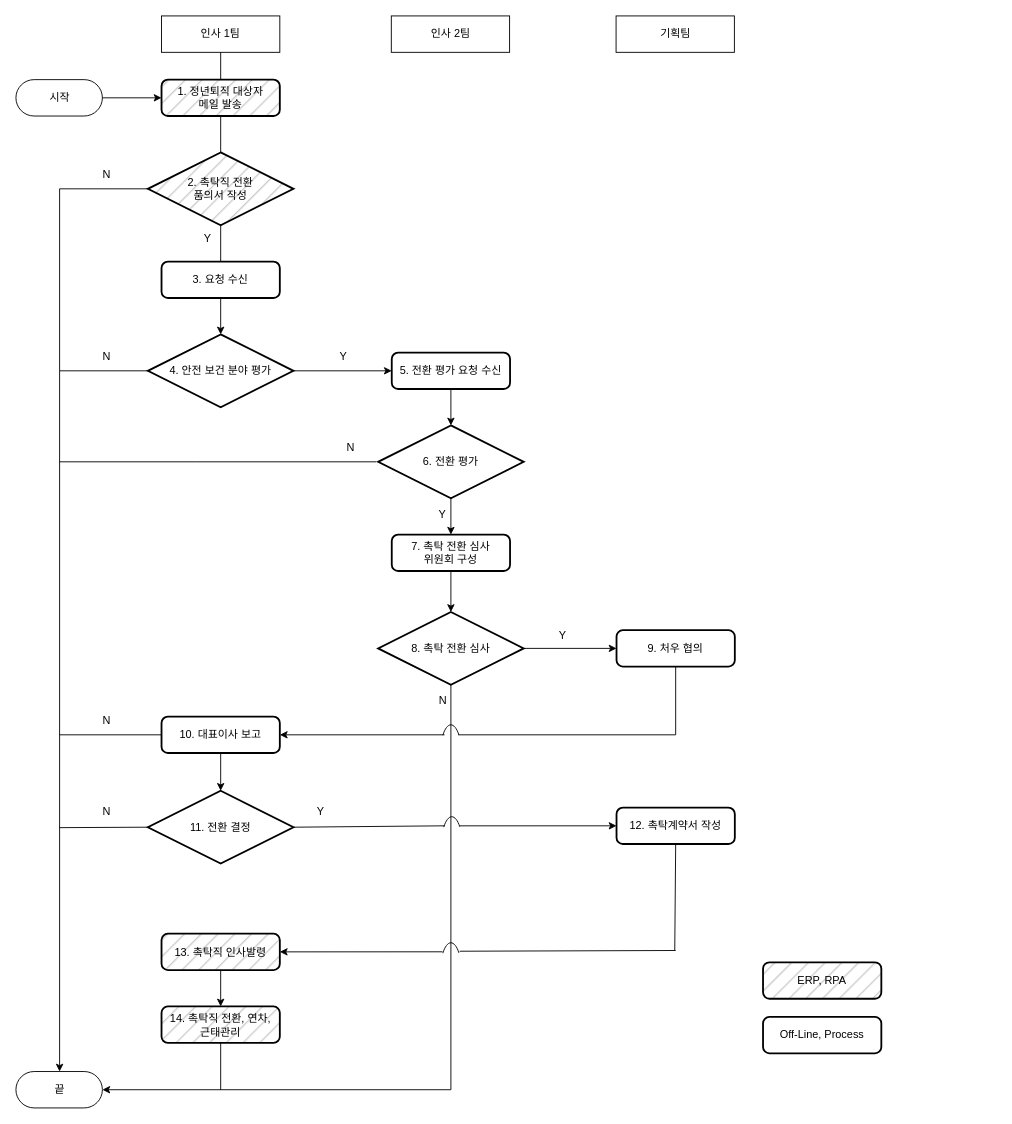
The draw.io diagram 순서도.drawio in everybae/flowchart, before the edit. Source tidied: cells renumbered, new cells numbered last; positions are measured from the earlier drawing's top-left corner, leaving out a move shared by most shapes. Both pictures are drawn from the tidied source at 91%, with x=0, y=0 at pixel (15, 15).
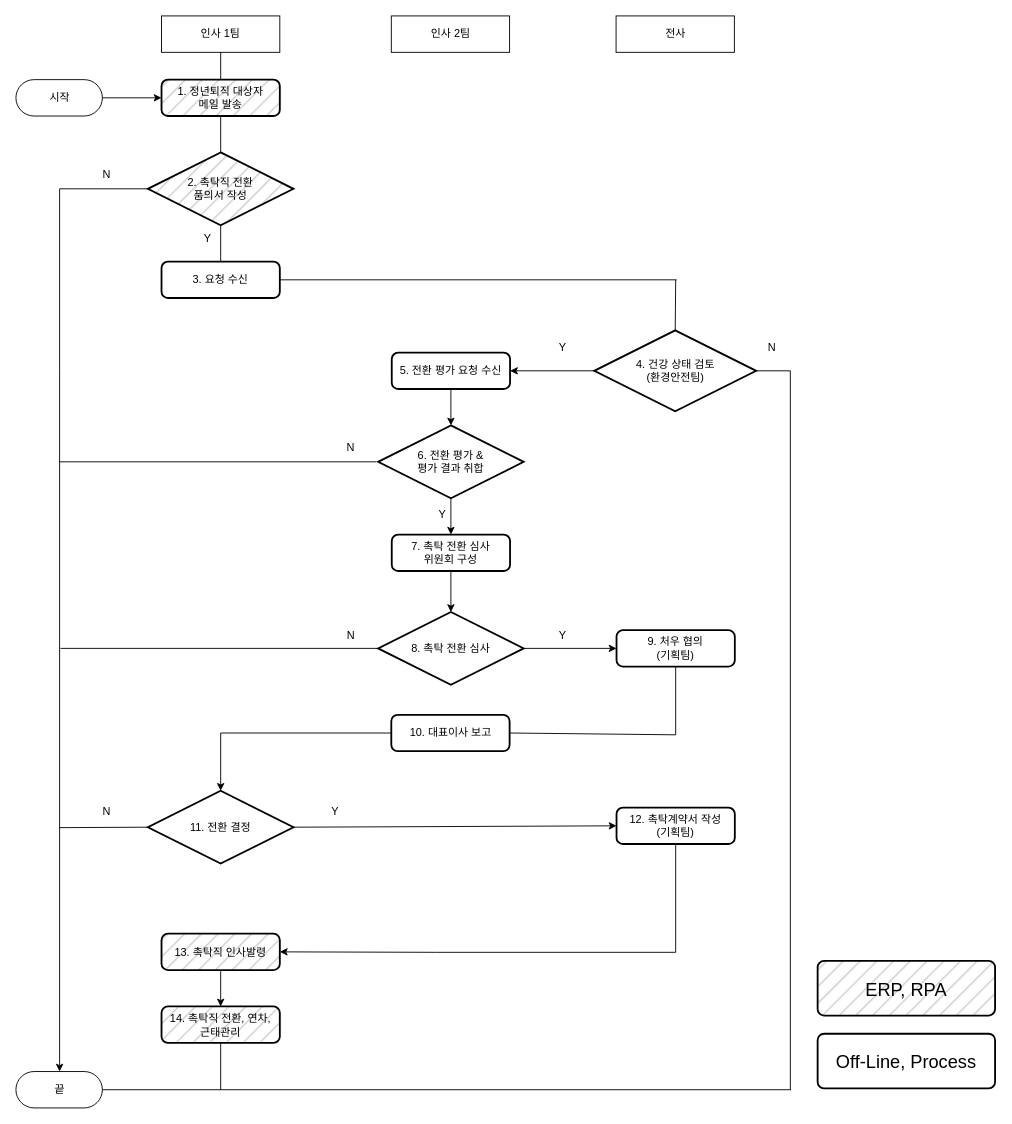
The same page after the edit.

Commit message:
순서도.drawio 업데이트

The change refers to these unchanged cells:
```xml
<mxCell id="6" value="3. 요청 수신" style="rounded=1;whiteSpace=wrap;html=1;absoluteArcSize=1;arcSize=14;strokeWidth=2;" parent="1" vertex="1">
  <mxGeometry x="160" y="270" width="130" height="40" as="geometry" />
</mxCell>
<mxCell id="9" value="8. 촉탁 전환 심사" style="strokeWidth=2;html=1;shape=mxgraph.flowchart.decision;whiteSpace=wrap;" parent="1" vertex="1">
  <mxGeometry x="398" y="655" width="160" height="80" as="geometry" />
</mxCell>
<mxCell id="11" value="11. 전환 결정" style="strokeWidth=2;html=1;shape=mxgraph.flowchart.decision;whiteSpace=wrap;" parent="1" vertex="1">
  <mxGeometry x="145" y="851.5" width="160" height="80" as="geometry" />
</mxCell>
<mxCell id="12" value="13. 촉탁직 인사발령" style="rounded=1;whiteSpace=wrap;html=1;absoluteArcSize=1;arcSize=14;strokeWidth=2;fillStyle=hatch;fillColor=#CCCCCC;" parent="1" vertex="1">
  <mxGeometry x="160" y="1008.5" width="130" height="40" as="geometry" />
</mxCell>
<mxCell id="14" value="끝" style="html=1;dashed=0;whitespace=wrap;shape=mxgraph.dfd.start;" parent="1" vertex="1">
  <mxGeometry y="1160" width="95" height="40" as="geometry" />
</mxCell>
<mxCell id="15" value="5. 전환 평가 요청 수신" style="rounded=1;whiteSpace=wrap;html=1;absoluteArcSize=1;arcSize=14;strokeWidth=2;" parent="1" vertex="1">
  <mxGeometry x="413" y="370" width="130" height="40" as="geometry" />
</mxCell>
```

Change to the diagram source:
```diff
@@
-    <mxCell id="4" value="기획팀" style="rounded=0;whiteSpace=wrap;html=1;" parent="1" vertex="1">
+    <mxCell id="4" value="전사" style="rounded=0;whiteSpace=wrap;html=1;" parent="1" vertex="1">
       <mxGeometry x="659.5" width="130" height="40" as="geometry" />
     </mxCell>
@@
-    <mxCell id="7" value="4. 안전 보건 분야 평가" style="strokeWidth=2;html=1;shape=mxgraph.flowchart.decision;whiteSpace=wrap;" parent="1" vertex="1">
-      <mxGeometry x="145" y="350" width="160" height="80" as="geometry" />
+    <mxCell id="7" value="4. 건강 상태 검토&lt;br&gt;(환경안전팀)" style="strokeWidth=2;html=1;shape=mxgraph.flowchart.decision;whiteSpace=wrap;" parent="1" vertex="1">
+      <mxGeometry x="635.5" y="345.5" width="178" height="89" as="geometry" />
     </mxCell>
@@
     <mxCell id="10" value="10. 대표이사 보고" style="rounded=1;whiteSpace=wrap;html=1;absoluteArcSize=1;arcSize=14;strokeWidth=2;" parent="1" vertex="1">
-      <mxGeometry x="160" y="770" width="130" height="40" as="geometry" />
+      <mxGeometry x="412.5" y="768" width="130" height="40" as="geometry" />
     </mxCell>
@@
-    <mxCell id="16" value="6. 전환 평가" style="strokeWidth=2;html=1;shape=mxgraph.flowchart.decision;whiteSpace=wrap;" parent="1" vertex="1">
+    <mxCell id="16" value="6. 전환 평가 &amp;amp;&lt;br&gt;평가 결과 취합" style="strokeWidth=2;html=1;shape=mxgraph.flowchart.decision;whiteSpace=wrap;" parent="1" vertex="1">
       <mxGeometry x="398" y="450" width="160" height="80" as="geometry" />
     </mxCell>
-    <mxCell id="17" value="9. 처우 협의" style="rounded=1;whiteSpace=wrap;html=1;absoluteArcSize=1;arcSize=14;strokeWidth=2;" parent="1" vertex="1">
+    <mxCell id="17" value="9. 처우 협의&lt;br&gt;(기획팀)" style="rounded=1;whiteSpace=wrap;html=1;absoluteArcSize=1;arcSize=14;strokeWidth=2;" parent="1" vertex="1">
       <mxGeometry x="660" y="675" width="130" height="40" as="geometry" />
     </mxCell>
-    <mxCell id="18" value="12. 촉탁계약서 작성" style="rounded=1;whiteSpace=wrap;html=1;absoluteArcSize=1;arcSize=14;strokeWidth=2;" parent="1" vertex="1">
+    <mxCell id="18" value="12. 촉탁계약서 작성&lt;br&gt;(기획팀)" style="rounded=1;whiteSpace=wrap;html=1;absoluteArcSize=1;arcSize=14;strokeWidth=2;" parent="1" vertex="1">
       <mxGeometry x="660" y="870" width="130" height="40" as="geometry" />
     </mxCell>
     <mxCell id="19" value="Y" style="text;html=1;strokeColor=none;fillColor=none;align=center;verticalAlign=middle;whiteSpace=wrap;rounded=0;fillStyle=hatch;" parent="1" vertex="1">
-      <mxGeometry x="330" y="360" width="60" height="30" as="geometry" />
+      <mxGeometry x="571" y="350" width="60" height="30" as="geometry" />
     </mxCell>
@@
-    <mxCell id="21" style="endArrow=classic;html=1;rounded=0;exitX=0.5;exitY=1;exitDx=0;exitDy=0;entryX=0.5;entryY=0;entryDx=0;entryDy=0;entryPerimeter=0;" parent="1" edge="1" source="6" target="7">
-      <mxGeometry relative="1" as="geometry" />
-    </mxCell>
-    <mxCell id="22" style="endArrow=classic;html=1;rounded=0;exitX=1;exitY=0.5;exitDx=0;exitDy=0;entryX=0;entryY=0.5;entryDx=0;entryDy=0;exitPerimeter=0;" parent="1" edge="1" source="7" target="15">
+    <mxCell id="22" style="endArrow=classic;html=1;rounded=0;entryX=1;entryY=0.5;entryDx=0;entryDy=0;exitX=0;exitY=0.5;exitDx=0;exitDy=0;exitPerimeter=0;" parent="1" edge="1" source="7" target="15">
       <mxGeometry relative="1" as="geometry" />
     </mxCell>
     <mxCell id="23" value="N" style="text;html=1;strokeColor=none;fillColor=none;align=center;verticalAlign=middle;whiteSpace=wrap;rounded=0;fillStyle=hatch;" parent="1" vertex="1">
-      <mxGeometry x="70" y="360" width="60" height="30" as="geometry" />
+      <mxGeometry x="801" y="350" width="60" height="30" as="geometry" />
     </mxCell>
@@
-    <mxCell id="27" style="edgeStyle=elbowEdgeStyle;elbow=horizontal;endArrow=classic;html=1;rounded=0;exitX=0;exitY=0.5;exitDx=0;exitDy=0;exitPerimeter=0;entryX=0.5;entryY=0.5;entryDx=0;entryDy=-20;entryPerimeter=0;" parent="1" edge="1" source="7" target="14">
+    <mxCell id="27" style="edgeStyle=elbowEdgeStyle;elbow=horizontal;endArrow=classic;html=1;rounded=0;entryX=0.5;entryY=0.5;entryDx=0;entryDy=-20;entryPerimeter=0;" parent="1" edge="1" target="14">
       <mxGeometry relative="1" as="geometry">
+        <mxPoint x="48" y="390" as="sourcePoint" />
         <Array as="points">
           <mxPoint x="48" y="690" />
         </Array>
       </mxGeometry>
     </mxCell>
@@
-    <mxCell id="30" style="edgeStyle=elbowEdgeStyle;elbow=horizontal;endArrow=classic;html=1;rounded=0;exitX=0.5;exitY=1;exitDx=0;exitDy=0;exitPerimeter=0;entryX=1;entryY=0.5;entryDx=0;entryDy=0;entryPerimeter=0;" parent="1" edge="1" source="9" target="14">
-      <mxGeometry relative="1" as="geometry">
-        <Array as="points">
-          <mxPoint x="478" y="880" />
-        </Array>
-      </mxGeometry>
-    </mxCell>
     <mxCell id="31" value="N" style="text;html=1;strokeColor=none;fillColor=none;align=center;verticalAlign=middle;whiteSpace=wrap;rounded=0;fillStyle=hatch;" parent="1" vertex="1">
-      <mxGeometry x="456.5" y="738" width="25" height="30" as="geometry" />
+      <mxGeometry x="355.5" y="666" width="25" height="30" as="geometry" />
     </mxCell>
@@
-    <mxCell id="33" style="endArrow=classic;html=1;rounded=0;exitX=0.5;exitY=1;exitDx=0;exitDy=0;entryX=0.5;entryY=0;entryDx=0;entryDy=0;entryPerimeter=0;" parent="1" edge="1" source="10" target="11">
-      <mxGeometry relative="1" as="geometry" />
-    </mxCell>
     <mxCell id="34" value="Y" style="text;html=1;strokeColor=none;fillColor=none;align=center;verticalAlign=middle;whiteSpace=wrap;rounded=0;fillStyle=hatch;" parent="1" vertex="1">
-      <mxGeometry x="305" y="860" width="60" height="30" as="geometry" />
+      <mxGeometry x="320.5" y="860" width="60" height="30" as="geometry" />
     </mxCell>
-    <mxCell id="35" style="endArrow=none;html=1;rounded=0;entryX=0;entryY=0.5;entryDx=0;entryDy=0;" parent="1" edge="1" target="10">
-      <mxGeometry relative="1" as="geometry">
-        <mxPoint x="48" y="790" as="sourcePoint" />
-      </mxGeometry>
-    </mxCell>
-    <mxCell id="36" value="N" style="text;html=1;strokeColor=none;fillColor=none;align=center;verticalAlign=middle;whiteSpace=wrap;rounded=0;fillStyle=hatch;" parent="1" vertex="1">
-      <mxGeometry x="70" y="760" width="60" height="30" as="geometry" />
-    </mxCell>
-    <mxCell id="37" style="verticalLabelPosition=bottom;verticalAlign=top;html=1;shape=mxgraph.basic.arc;startAngle=0.8678172379377097;endAngle=0.13005084156792177;fillStyle=hatch;fillColor=#CCCCCC;" parent="1" vertex="1">
-      <mxGeometry x="466" y="779" width="24" height="70" as="geometry" />
-    </mxCell>
-    <mxCell id="38" style="verticalLabelPosition=bottom;verticalAlign=top;html=1;shape=mxgraph.basic.arc;startAngle=0.8678172379377097;endAngle=0.13005084156792177;fillStyle=hatch;fillColor=#CCCCCC;" parent="1" vertex="1">
-      <mxGeometry x="467" y="880" width="24" height="70" as="geometry" />
-    </mxCell>
@@
-    <mxCell id="44" style="endArrow=none;html=1;rounded=0;" parent="1" edge="1">
+    <mxCell id="44" style="endArrow=none;html=1;rounded=0;exitX=1;exitY=0.5;exitDx=0;exitDy=0;" parent="1" edge="1" source="10">
       <mxGeometry relative="1" as="geometry">
-        <mxPoint x="486" y="790" as="sourcePoint" />
         <mxPoint x="725" y="790" as="targetPoint" />
       </mxGeometry>
     </mxCell>
-    <mxCell id="45" style="endArrow=classic;html=1;rounded=0;exitX=0.208;exitY=0.157;exitDx=0;exitDy=0;exitPerimeter=0;entryX=1;entryY=0.5;entryDx=0;entryDy=0;" parent="1" edge="1" source="37" target="10">
-      <mxGeometry relative="1" as="geometry" />
-    </mxCell>
-    <mxCell id="46" style="endArrow=none;html=1;rounded=0;exitX=1;exitY=0.5;exitDx=0;exitDy=0;exitPerimeter=0;" parent="1" edge="1" source="11">
-      <mxGeometry relative="1" as="geometry">
-        <mxPoint x="471" y="890" as="targetPoint" />
-      </mxGeometry>
-    </mxCell>
-    <mxCell id="47" style="endArrow=classic;html=1;rounded=0;exitX=0.861;exitY=0.143;exitDx=0;exitDy=0;exitPerimeter=0;entryX=0;entryY=0.5;entryDx=0;entryDy=0;" parent="1" edge="1" source="38" target="18">
-      <mxGeometry relative="1" as="geometry" />
-    </mxCell>
@@
-    <mxCell id="50" style="endArrow=none;html=1;rounded=0;entryX=0.5;entryY=1;entryDx=0;entryDy=0;" parent="1" edge="1" target="18">
-      <mxGeometry relative="1" as="geometry">
-        <mxPoint x="724" y="1027" as="sourcePoint" />
-      </mxGeometry>
-    </mxCell>
-    <mxCell id="51" style="endArrow=classic;html=1;rounded=0;entryX=1;entryY=0.5;entryDx=0;entryDy=0;exitX=0.115;exitY=0.142;exitDx=0;exitDy=0;exitPerimeter=0;" parent="1" edge="1" source="52" target="12">
-      <mxGeometry relative="1" as="geometry" />
-    </mxCell>
-    <mxCell id="52" style="verticalLabelPosition=bottom;verticalAlign=top;html=1;shape=mxgraph.basic.arc;startAngle=0.8678172379377097;endAngle=0.13005084156792177;fillStyle=hatch;fillColor=#CCCCCC;" parent="1" vertex="1">
-      <mxGeometry x="466" y="1018.5" width="24" height="70" as="geometry" />
-    </mxCell>
-    <mxCell id="53" style="endArrow=none;html=1;rounded=0;exitX=0.9;exitY=0.133;exitDx=0;exitDy=0;exitPerimeter=0;" parent="1" edge="1" source="52">
-      <mxGeometry relative="1" as="geometry">
-        <mxPoint x="725" y="1027" as="targetPoint" />
-      </mxGeometry>
-    </mxCell>
@@
-    <mxCell id="62" value="ERP, RPA" style="rounded=1;whiteSpace=wrap;html=1;absoluteArcSize=1;arcSize=14;strokeWidth=2;fillStyle=hatch;fillColor=#CCCCCC;" parent="1" vertex="1">
-      <mxGeometry x="821" y="1040" width="130" height="40" as="geometry" />
+    <mxCell id="62" value="&lt;font style=&quot;font-size: 20px;&quot;&gt;ERP, RPA&lt;/font&gt;" style="rounded=1;whiteSpace=wrap;html=1;absoluteArcSize=1;arcSize=14;strokeWidth=2;fillStyle=hatch;fillColor=#CCCCCC;" parent="1" vertex="1">
+      <mxGeometry x="881" y="1038.5" width="195" height="60" as="geometry" />
     </mxCell>
-    <mxCell id="63" value="Off-Line, Process" style="rounded=1;whiteSpace=wrap;html=1;absoluteArcSize=1;arcSize=14;strokeWidth=2;" parent="1" vertex="1">
-      <mxGeometry x="821" y="1100" width="130" height="40" as="geometry" />
+    <mxCell id="63" value="&lt;font style=&quot;font-size: 20px;&quot;&gt;Off-Line, Process&lt;/font&gt;" style="rounded=1;whiteSpace=wrap;html=1;absoluteArcSize=1;arcSize=14;strokeWidth=2;" parent="1" vertex="1">
+      <mxGeometry x="881" y="1118.5" width="195" height="60" as="geometry" />
     </mxCell>
@@
+    <mxCell id="65" style="endArrow=none;html=1;rounded=0;fontSize=20;exitX=1;exitY=0.5;exitDx=0;exitDy=0;" parent="1" edge="1" source="6">
+      <mxGeometry relative="1" as="geometry">
+        <mxPoint x="726" y="290" as="targetPoint" />
+      </mxGeometry>
+    </mxCell>
+    <mxCell id="66" style="endArrow=none;html=1;rounded=0;fontSize=20;exitX=0.5;exitY=0;exitDx=0;exitDy=0;exitPerimeter=0;" parent="1" edge="1" source="7">
+      <mxGeometry relative="1" as="geometry">
+        <mxPoint x="725" y="290" as="targetPoint" />
+      </mxGeometry>
+    </mxCell>
+    <mxCell id="67" style="endArrow=none;html=1;rounded=0;fontSize=20;exitX=1;exitY=0.5;exitDx=0;exitDy=0;exitPerimeter=0;" parent="1" edge="1" source="7">
+      <mxGeometry relative="1" as="geometry">
+        <mxPoint x="851" y="390" as="targetPoint" />
+      </mxGeometry>
+    </mxCell>
+    <mxCell id="68" style="endArrow=none;html=1;rounded=0;fontSize=20;" parent="1" edge="1">
+      <mxGeometry relative="1" as="geometry">
+        <mxPoint x="851" y="1180" as="sourcePoint" />
+        <mxPoint x="851" y="390" as="targetPoint" />
+      </mxGeometry>
+    </mxCell>
+    <mxCell id="69" style="endArrow=none;html=1;rounded=0;fontSize=20;exitX=1;exitY=0.5;exitDx=0;exitDy=0;exitPerimeter=0;" parent="1" edge="1" source="14">
+      <mxGeometry relative="1" as="geometry">
+        <mxPoint x="851.8" y="1180" as="targetPoint" />
+      </mxGeometry>
+    </mxCell>
+    <mxCell id="70" style="endArrow=none;html=1;rounded=0;fontSize=20;entryX=0;entryY=0.5;entryDx=0;entryDy=0;entryPerimeter=0;" parent="1" edge="1" target="9">
+      <mxGeometry relative="1" as="geometry">
+        <mxPoint x="49" y="695" as="sourcePoint" />
+      </mxGeometry>
+    </mxCell>
+    <mxCell id="33" style="edgeStyle=segmentEdgeStyle;endArrow=classic;html=1;rounded=0;fontSize=20;exitX=0;exitY=0.5;exitDx=0;exitDy=0;entryX=0.5;entryY=0;entryDx=0;entryDy=0;entryPerimeter=0;" parent="1" edge="1" source="10" target="11">
+      <mxGeometry relative="1" as="geometry" />
+    </mxCell>
+    <mxCell id="71" style="edgeStyle=segmentEdgeStyle;endArrow=classic;html=1;rounded=0;fontSize=20;exitX=0.5;exitY=1;exitDx=0;exitDy=0;entryX=1;entryY=0.5;entryDx=0;entryDy=0;" parent="1" edge="1" source="18" target="12">
+      <mxGeometry relative="1" as="geometry">
+        <Array as="points">
+          <mxPoint x="725" y="1029" />
+          <mxPoint x="461" y="1029" />
+        </Array>
+      </mxGeometry>
+    </mxCell>
+    <mxCell id="72" style="endArrow=classic;html=1;rounded=0;fontSize=20;exitX=1;exitY=0.5;exitDx=0;exitDy=0;exitPerimeter=0;entryX=0;entryY=0.5;entryDx=0;entryDy=0;" parent="1" edge="1" source="11" target="18">
+      <mxGeometry relative="1" as="geometry" />
+    </mxCell>
```
